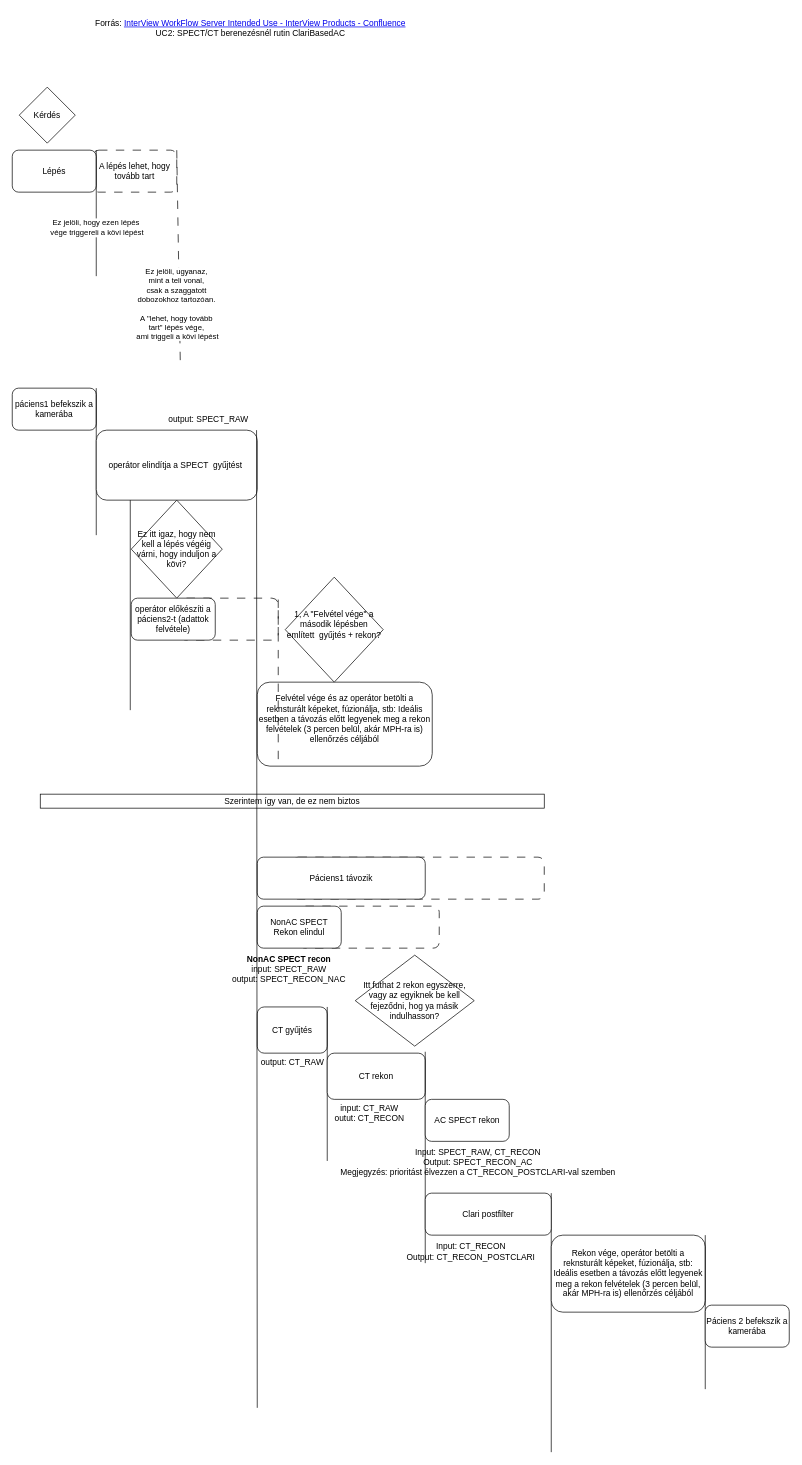
Before: IV_Flow_diagram_UC2_SPECT_CT berenezésnél rutin ClariBasedAC.drawio in szvatai1985/drawio_files, a draw.io diagram. Source tidied: cells renumbered, new cells numbered last; positions are measured from the earlier drawing's top-left corner, leaving out a move shared by most shapes. Both pictures are drawn from the tidied source at 70%, with x=0, y=0 at pixel (12, 12).
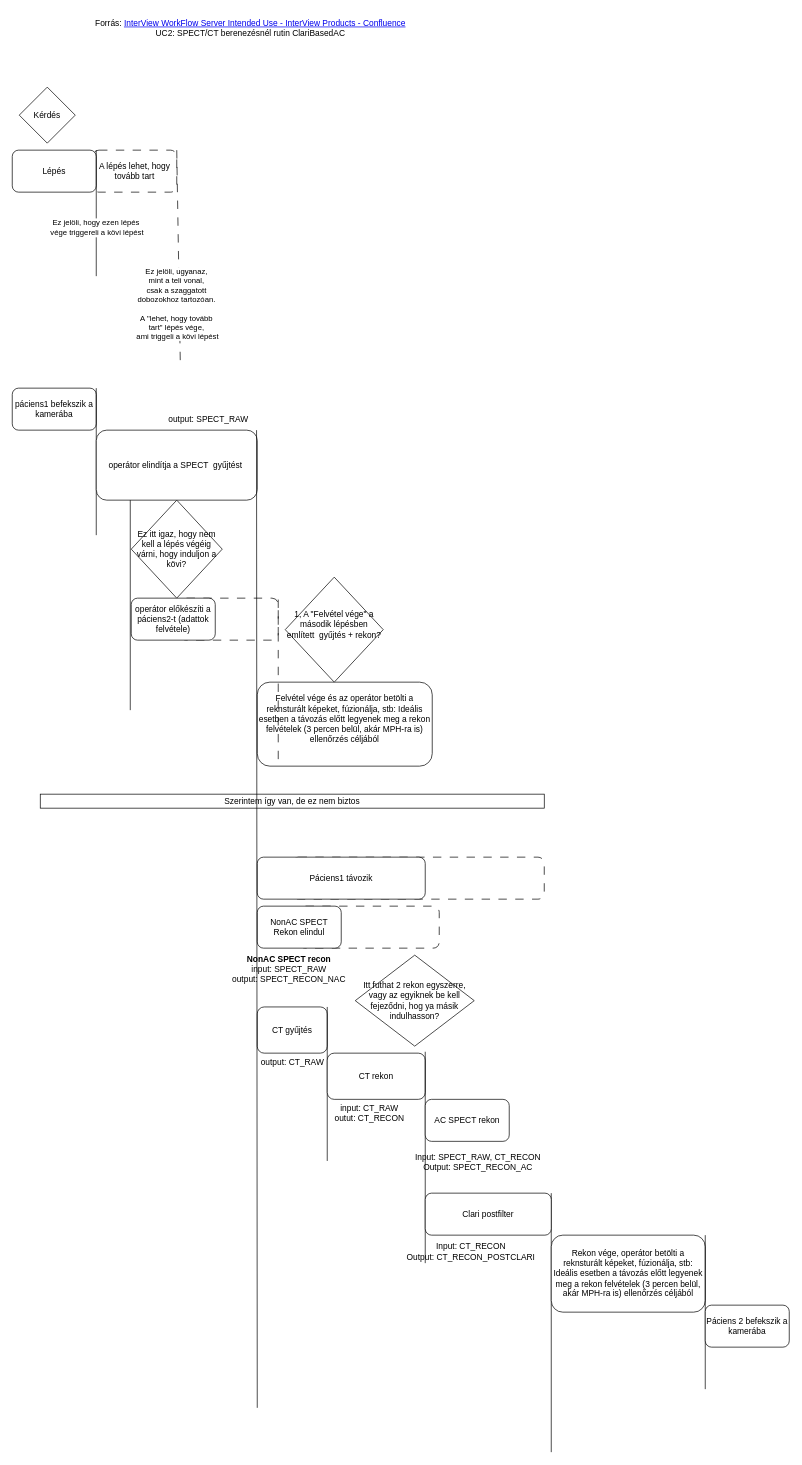
The same page after the edit.

Commit message:
AC SPECT Rekon Megjegyzés törölve

Change to the diagram source:
```diff
@@
-    <mxCell id="40" value="&lt;div&gt;Input: SPECT_RAW, CT_RECON&lt;/div&gt;&lt;div&gt;Output: SPECT_RECON_AC&lt;/div&gt;&lt;div&gt;Megjegyzés: prioritást élvezzen a CT_RECON_POSTCLARI-val szemben&lt;/div&gt;" style="text;html=1;align=center;verticalAlign=middle;strokeColor=none;fillColor=none;" parent="1" vertex="1">
-      <mxGeometry x="455" y="1613" width="420" height="60" as="geometry" />
+    <mxCell id="40" value="&lt;div&gt;Input: SPECT_RAW, CT_RECON&lt;/div&gt;&lt;div&gt;Output: SPECT_RECON_AC&lt;/div&gt;" style="text;html=1;align=center;verticalAlign=middle;strokeColor=none;fillColor=none;" parent="1" vertex="1">
+      <mxGeometry x="565" y="1623" width="200" height="40" as="geometry" />
     </mxCell>
```
